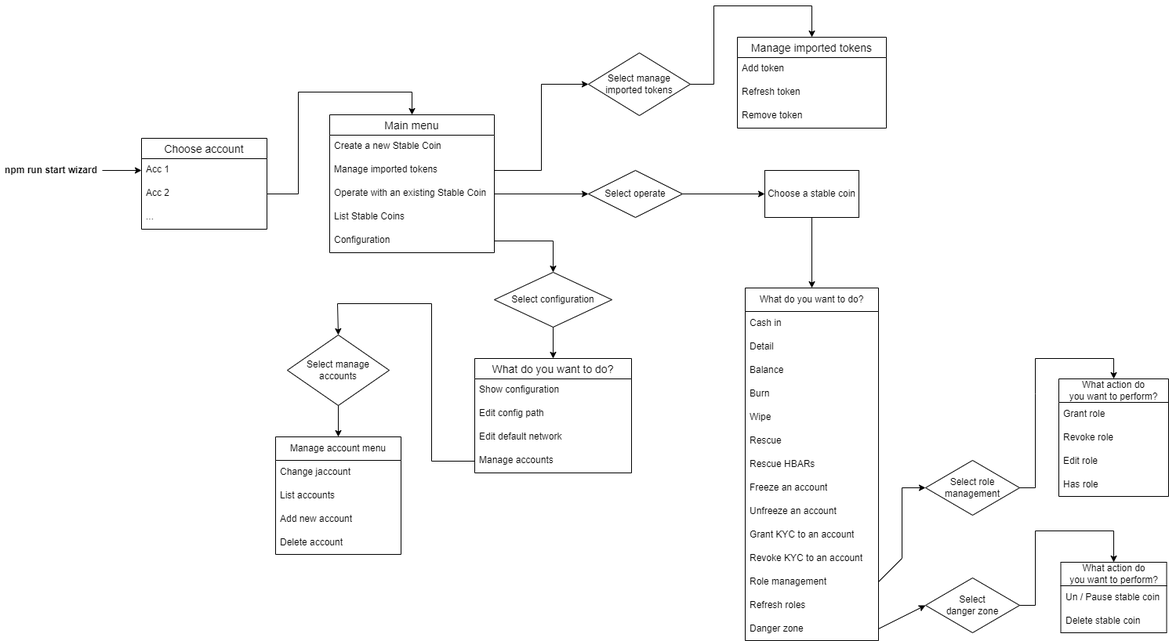
hashgraph/stablecoin-studio keeps this draw.io diagram as cli/docs/images/CLI-flow.png. Above is the earlier version. Source tidied: cells renumbered, new cells last; positions are measured from the earlier drawing's top-left corner, leaving out a move shared by most shapes.
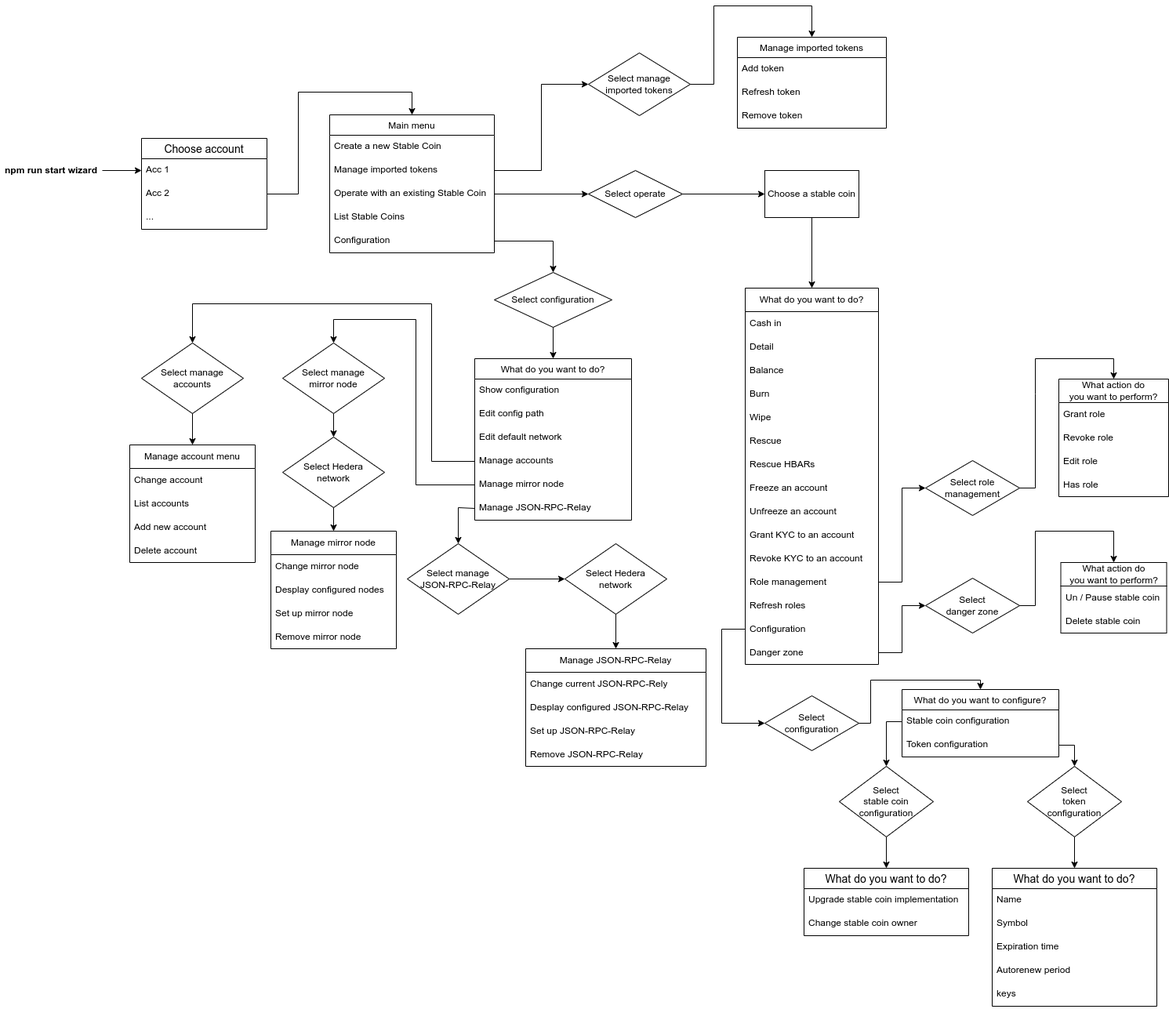
The same file after the commit.

Commit message:
CLI flow image updated

Change to the diagram source:
```diff
@@ -4,3 +4,3 @@
     <mxCell id="1" parent="0" />
-    <mxCell id="2" value="Main menu" style="swimlane;fontStyle=0;horizontal=1;startSize=26;align=center;fontSize=14;" parent="1" vertex="1">
+    <mxCell id="2" value="Main menu" style="swimlane;fontStyle=0;horizontal=1;startSize=26;align=center;fontSize=12;" parent="1" vertex="1">
       <mxGeometry x="420" y="139" width="210" height="176" as="geometry" />
@@ -43,4 +43,4 @@
     </mxCell>
-    <mxCell id="13" value="What do you want to do?" style="swimlane;fontStyle=0;horizontal=1;startSize=26;align=center;fontSize=14;" parent="1" vertex="1">
-      <mxGeometry x="605" y="450" width="200" height="146" as="geometry" />
+    <mxCell id="13" value="What do you want to do?" style="swimlane;fontStyle=0;horizontal=1;startSize=26;align=center;fontSize=12;" parent="1" vertex="1">
+      <mxGeometry x="605" y="450" width="200" height="206" as="geometry" />
     </mxCell>
@@ -55,5 +55,11 @@
     </mxCell>
+    <mxCell id="72" value="Manage accounts" style="text;strokeColor=none;fillColor=none;spacingLeft=4;spacingRight=4;overflow=hidden;points=[[0,0.5],[1,0.5]];portConstraint=eastwest;fontSize=12;" parent="13" vertex="1">
+      <mxGeometry y="116" width="200" height="30" as="geometry" />
+    </mxCell>
-    <mxCell id="17" value="Manage accounts" style="text;strokeColor=none;fillColor=none;spacingLeft=4;spacingRight=4;overflow=hidden;points=[[0,0.5],[1,0.5]];portConstraint=eastwest;fontSize=12;" parent="13" vertex="1">
-      <mxGeometry y="116" width="200" height="30" as="geometry" />
+    <mxCell id="17" value="Manage mirror node" style="text;strokeColor=none;fillColor=none;spacingLeft=4;spacingRight=4;overflow=hidden;points=[[0,0.5],[1,0.5]];portConstraint=eastwest;fontSize=12;" parent="13" vertex="1">
+      <mxGeometry y="146" width="200" height="30" as="geometry" />
     </mxCell>
+    <mxCell id="73" value="Manage JSON-RPC-Relay" style="text;strokeColor=none;fillColor=none;spacingLeft=4;spacingRight=4;overflow=hidden;points=[[0,0.5],[1,0.5]];portConstraint=eastwest;fontSize=12;" parent="13" vertex="1">
+      <mxGeometry y="176" width="200" height="30" as="geometry" />
+    </mxCell>
     <mxCell id="18" value="Select configuration" style="shape=rhombus;perimeter=rhombusPerimeter;whiteSpace=wrap;html=1;align=center;" parent="1" vertex="1">
@@ -72,5 +78,5 @@
     <mxCell id="21" value="Manage account menu" style="swimlane;fontStyle=0;horizontal=1;startSize=30;whiteSpace=wrap;html=1;" parent="1" vertex="1">
-      <mxGeometry x="351" y="550" width="160" height="150" as="geometry" />
+      <mxGeometry x="165" y="560" width="160" height="150" as="geometry" />
     </mxCell>
-    <mxCell id="22" value="Change jaccount" style="text;strokeColor=none;fillColor=none;align=left;verticalAlign=middle;spacingLeft=4;spacingRight=4;overflow=hidden;whiteSpace=wrap;html=1;" parent="21" vertex="1">
+    <mxCell id="22" value="Change account" style="text;strokeColor=none;fillColor=none;align=left;verticalAlign=middle;spacingLeft=4;spacingRight=4;overflow=hidden;whiteSpace=wrap;html=1;" parent="21" vertex="1">
       <mxGeometry y="30" width="160" height="30" as="geometry" />
@@ -87,3 +93,3 @@
     <mxCell id="26" value="Select manage accounts" style="shape=rhombus;perimeter=rhombusPerimeter;whiteSpace=wrap;html=1;align=center;" parent="1" vertex="1">
-      <mxGeometry x="366" y="420" width="130" height="90" as="geometry" />
+      <mxGeometry x="180" y="430" width="130" height="90" as="geometry" />
     </mxCell>
@@ -92,3 +98,3 @@
     </mxCell>
-    <mxCell id="28" style="endArrow=classic;html=1;rounded=0;exitX=0;exitY=0.5;exitDx=0;exitDy=0;entryX=0.5;entryY=0;entryDx=0;entryDy=0;" parent="1" edge="1" source="17" target="26">
+    <mxCell id="28" style="endArrow=classic;html=1;rounded=0;exitX=0;exitY=0.5;exitDx=0;exitDy=0;entryX=0.5;entryY=0;entryDx=0;entryDy=0;" parent="1" edge="1" source="72" target="26">
       <mxGeometry relative="1" as="geometry">
@@ -97,3 +103,3 @@
           <mxPoint x="550" y="380" />
-          <mxPoint x="430" y="380" />
+          <mxPoint x="245" y="380" />
         </Array>
@@ -102,3 +108,3 @@
     <mxCell id="29" value="What do you want to do?" style="swimlane;fontStyle=0;horizontal=1;startSize=30;whiteSpace=wrap;html=1;" parent="1" vertex="1">
-      <mxGeometry x="950" y="360" width="170" height="450" as="geometry" />
+      <mxGeometry x="950" y="360" width="170" height="480" as="geometry" />
     </mxCell>
@@ -143,5 +149,8 @@
     </mxCell>
-    <mxCell id="43" value="Danger zone" style="text;strokeColor=none;fillColor=none;align=left;verticalAlign=middle;spacingLeft=4;spacingRight=4;overflow=hidden;points=[[0,0.5],[1,0.5]];portConstraint=eastwest;whiteSpace=wrap;html=1;" parent="29" vertex="1">
+    <mxCell id="43" value="Configuration" style="text;strokeColor=none;fillColor=none;align=left;verticalAlign=middle;spacingLeft=4;spacingRight=4;overflow=hidden;points=[[0,0.5],[1,0.5]];portConstraint=eastwest;whiteSpace=wrap;html=1;" parent="29" vertex="1">
       <mxGeometry y="420" width="170" height="30" as="geometry" />
     </mxCell>
+    <mxCell id="74" value="Danger zone" style="text;strokeColor=none;fillColor=none;align=left;verticalAlign=middle;spacingLeft=4;spacingRight=4;overflow=hidden;points=[[0,0.5],[1,0.5]];portConstraint=eastwest;whiteSpace=wrap;html=1;" parent="29" vertex="1">
+      <mxGeometry y="450" width="170" height="30" as="geometry" />
+    </mxCell>
     <mxCell id="44" style="edgeStyle=orthogonalEdgeStyle;rounded=0;jettySize=auto;html=1;" parent="1" edge="1" source="45" target="47">
@@ -164,3 +173,3 @@
     </mxCell>
-    <mxCell id="50" value="Manage imported tokens" style="swimlane;fontStyle=0;horizontal=1;startSize=26;align=center;fontSize=14;" parent="1" vertex="1">
+    <mxCell id="50" value="Manage imported tokens" style="swimlane;fontStyle=0;horizontal=1;startSize=26;align=center;fontSize=12;" parent="1" vertex="1">
       <mxGeometry x="940" y="40" width="190" height="116" as="geometry" />
@@ -224,3 +233,3 @@
         <Array as="points">
-          <mxPoint x="1150" y="705" />
+          <mxPoint x="1150" y="735" />
           <mxPoint x="1150" y="615" />
@@ -241,4 +250,9 @@
     </mxCell>
-    <mxCell id="68" style="endArrow=classic;html=1;rounded=0;exitX=1;exitY=0.5;exitDx=0;exitDy=0;entryX=0;entryY=0.5;entryDx=0;entryDy=0;" parent="1" edge="1" source="43" target="64">
-      <mxGeometry relative="1" as="geometry" />
+    <mxCell id="68" style="endArrow=classic;html=1;rounded=0;exitX=1;exitY=0.5;exitDx=0;exitDy=0;entryX=0;entryY=0.5;entryDx=0;entryDy=0;" parent="1" edge="1" source="74" target="64">
+      <mxGeometry relative="1" as="geometry">
+        <Array as="points">
+          <mxPoint x="1150" y="825" />
+          <mxPoint x="1150" y="765" />
+        </Array>
+      </mxGeometry>
     </mxCell>
@@ -259,2 +273,154 @@
     </mxCell>
+    <mxCell id="75" style="edgeStyle=orthogonalEdgeStyle;rounded=0;jettySize=auto;html=1;" parent="1" edge="1" source="76" target="83">
+      <mxGeometry relative="1" as="geometry" />
+    </mxCell>
+    <mxCell id="76" value="Select manage &lt;br&gt;mirror node" style="shape=rhombus;perimeter=rhombusPerimeter;whiteSpace=wrap;html=1;align=center;" parent="1" vertex="1">
+      <mxGeometry x="360" y="430" width="130" height="90" as="geometry" />
+    </mxCell>
+    <mxCell id="77" value="Manage mirror node" style="swimlane;fontStyle=0;horizontal=1;startSize=30;whiteSpace=wrap;html=1;" parent="1" vertex="1">
+      <mxGeometry x="345" y="670" width="160" height="150" as="geometry" />
+    </mxCell>
+    <mxCell id="78" value="Change mirror node" style="text;strokeColor=none;fillColor=none;align=left;verticalAlign=middle;spacingLeft=4;spacingRight=4;overflow=hidden;whiteSpace=wrap;html=1;" parent="77" vertex="1">
+      <mxGeometry y="30" width="160" height="30" as="geometry" />
+    </mxCell>
+    <mxCell id="79" value="Desplay configured nodes" style="text;strokeColor=none;fillColor=none;align=left;verticalAlign=middle;spacingLeft=4;spacingRight=4;overflow=hidden;whiteSpace=wrap;html=1;" parent="77" vertex="1">
+      <mxGeometry y="60" width="160" height="30" as="geometry" />
+    </mxCell>
+    <mxCell id="80" value="Set up mirror node" style="text;strokeColor=none;fillColor=none;align=left;verticalAlign=middle;spacingLeft=4;spacingRight=4;overflow=hidden;whiteSpace=wrap;html=1;" parent="77" vertex="1">
+      <mxGeometry y="90" width="160" height="30" as="geometry" />
+    </mxCell>
+    <mxCell id="81" value="Remove mirror node" style="text;strokeColor=none;fillColor=none;align=left;verticalAlign=middle;spacingLeft=4;spacingRight=4;overflow=hidden;whiteSpace=wrap;html=1;" parent="77" vertex="1">
+      <mxGeometry y="120" width="160" height="30" as="geometry" />
+    </mxCell>
+    <mxCell id="82" style="edgeStyle=orthogonalEdgeStyle;rounded=0;jettySize=auto;html=1;exitX=0;exitY=0.5;exitDx=0;exitDy=0;entryX=0.5;entryY=0;entryDx=0;entryDy=0;" parent="1" edge="1" source="17" target="76">
+      <mxGeometry relative="1" as="geometry">
+        <Array as="points">
+          <mxPoint x="530" y="611" />
+          <mxPoint x="530" y="400" />
+          <mxPoint x="425" y="400" />
+        </Array>
+      </mxGeometry>
+    </mxCell>
+    <mxCell id="83" value="Select Hedera &lt;br&gt;network" style="shape=rhombus;perimeter=rhombusPerimeter;whiteSpace=wrap;html=1;align=center;" parent="1" vertex="1">
+      <mxGeometry x="360" y="550" width="130" height="90" as="geometry" />
+    </mxCell>
+    <mxCell id="84" style="endArrow=classic;html=1;rounded=0;exitX=0.5;exitY=1;exitDx=0;exitDy=0;entryX=0.5;entryY=0;entryDx=0;entryDy=0;" parent="1" edge="1" source="83" target="77">
+      <mxGeometry relative="1" as="geometry" />
+    </mxCell>
+    <mxCell id="85" style="edgeStyle=orthogonalEdgeStyle;rounded=0;jettySize=auto;html=1;" parent="1" edge="1" source="86" target="92">
+      <mxGeometry relative="1" as="geometry" />
+    </mxCell>
+    <mxCell id="86" value="Select manage &lt;br&gt;JSON-RPC-Relay" style="shape=rhombus;perimeter=rhombusPerimeter;whiteSpace=wrap;html=1;align=center;" parent="1" vertex="1">
+      <mxGeometry x="519" y="686" width="130" height="90" as="geometry" />
+    </mxCell>
+    <mxCell id="87" value="Manage JSON-RPC-Relay" style="swimlane;fontStyle=0;horizontal=1;startSize=30;whiteSpace=wrap;html=1;" parent="1" vertex="1">
+      <mxGeometry x="670" y="820" width="230" height="150" as="geometry" />
+    </mxCell>
+    <mxCell id="88" value="Change current JSON-RPC-Rely" style="text;strokeColor=none;fillColor=none;align=left;verticalAlign=middle;spacingLeft=4;spacingRight=4;overflow=hidden;whiteSpace=wrap;html=1;" parent="87" vertex="1">
+      <mxGeometry y="30" width="230" height="30" as="geometry" />
+    </mxCell>
+    <mxCell id="89" value="Desplay configured JSON-RPC-Relay" style="text;strokeColor=none;fillColor=none;align=left;verticalAlign=middle;spacingLeft=4;spacingRight=4;overflow=hidden;whiteSpace=wrap;html=1;" parent="87" vertex="1">
+      <mxGeometry y="60" width="230" height="30" as="geometry" />
+    </mxCell>
+    <mxCell id="90" value="Set up JSON-RPC-Relay" style="text;strokeColor=none;fillColor=none;align=left;verticalAlign=middle;spacingLeft=4;spacingRight=4;overflow=hidden;whiteSpace=wrap;html=1;" parent="87" vertex="1">
+      <mxGeometry y="90" width="230" height="30" as="geometry" />
+    </mxCell>
+    <mxCell id="91" value="Remove JSON-RPC-Relay" style="text;strokeColor=none;fillColor=none;align=left;verticalAlign=middle;spacingLeft=4;spacingRight=4;overflow=hidden;whiteSpace=wrap;html=1;" parent="87" vertex="1">
+      <mxGeometry y="120" width="230" height="30" as="geometry" />
+    </mxCell>
+    <mxCell id="92" value="Select Hedera &lt;br&gt;network" style="shape=rhombus;perimeter=rhombusPerimeter;whiteSpace=wrap;html=1;align=center;" parent="1" vertex="1">
+      <mxGeometry x="720" y="686" width="130" height="90" as="geometry" />
+    </mxCell>
+    <mxCell id="93" style="endArrow=classic;html=1;rounded=0;exitX=0.5;exitY=1;exitDx=0;exitDy=0;entryX=0.5;entryY=0;entryDx=0;entryDy=0;" parent="1" edge="1" source="92" target="87">
+      <mxGeometry relative="1" as="geometry" />
+    </mxCell>
+    <mxCell id="94" style="endArrow=classic;html=1;rounded=0;exitX=0;exitY=0.5;exitDx=0;exitDy=0;entryX=0.5;entryY=0;entryDx=0;entryDy=0;" parent="1" edge="1" source="73" target="86">
+      <mxGeometry relative="1" as="geometry">
+        <Array as="points">
+          <mxPoint x="584" y="640" />
+        </Array>
+      </mxGeometry>
+    </mxCell>
+    <mxCell id="95" value="Select&lt;br&gt;configuration" style="shape=rhombus;perimeter=rhombusPerimeter;whiteSpace=wrap;html=1;align=center;" parent="1" vertex="1">
+      <mxGeometry x="975" y="880" width="120" height="70" as="geometry" />
+    </mxCell>
+    <mxCell id="96" style="endArrow=classic;html=1;rounded=0;exitX=0;exitY=0.5;exitDx=0;exitDy=0;entryX=0;entryY=0.5;entryDx=0;entryDy=0;" parent="1" edge="1" source="43" target="95">
+      <mxGeometry relative="1" as="geometry">
+        <Array as="points">
+          <mxPoint x="920" y="795" />
+          <mxPoint x="920" y="915" />
+        </Array>
+      </mxGeometry>
+    </mxCell>
+    <mxCell id="97" value="What do you want to configure?" style="swimlane;fontStyle=0;horizontal=1;startSize=26;align=center;fontSize=12;" parent="1" vertex="1">
+      <mxGeometry x="1150" y="872" width="200" height="86" as="geometry" />
+    </mxCell>
+    <mxCell id="98" value="Stable coin configuration" style="text;strokeColor=none;fillColor=none;spacingLeft=4;spacingRight=4;overflow=hidden;points=[[0,0.5],[1,0.5]];portConstraint=eastwest;fontSize=12;" parent="97" vertex="1">
+      <mxGeometry y="26" width="200" height="30" as="geometry" />
+    </mxCell>
+    <mxCell id="99" value="Token configuration" style="text;strokeColor=none;fillColor=none;spacingLeft=4;spacingRight=4;overflow=hidden;points=[[0,0.5],[1,0.5]];portConstraint=eastwest;fontSize=12;" parent="97" vertex="1">
+      <mxGeometry y="56" width="200" height="30" as="geometry" />
+    </mxCell>
+    <mxCell id="100" style="endArrow=classic;html=1;rounded=0;exitX=1;exitY=0.5;exitDx=0;exitDy=0;entryX=0.5;entryY=0;entryDx=0;entryDy=0;" parent="1" edge="1" source="95" target="97">
+      <mxGeometry relative="1" as="geometry">
+        <Array as="points">
+          <mxPoint x="1110" y="915" />
+          <mxPoint x="1110" y="860" />
+          <mxPoint x="1250" y="860" />
+        </Array>
+      </mxGeometry>
+    </mxCell>
+    <mxCell id="101" style="edgeStyle=orthogonalEdgeStyle;rounded=0;jettySize=auto;html=1;entryX=0.5;entryY=0;entryDx=0;entryDy=0;" parent="1" edge="1" source="102" target="107">
+      <mxGeometry relative="1" as="geometry" />
+    </mxCell>
+    <mxCell id="102" value="Select&lt;br&gt;stable coin configuration" style="shape=rhombus;perimeter=rhombusPerimeter;whiteSpace=wrap;html=1;align=center;" parent="1" vertex="1">
+      <mxGeometry x="1070" y="970" width="120" height="90" as="geometry" />
+    </mxCell>
+    <mxCell id="103" style="endArrow=classic;html=1;rounded=0;exitX=0;exitY=0.5;exitDx=0;exitDy=0;entryX=0.5;entryY=0;entryDx=0;entryDy=0;" parent="1" edge="1" source="98" target="102">
+      <mxGeometry relative="1" as="geometry">
+        <Array as="points">
+          <mxPoint x="1130" y="913" />
+        </Array>
+      </mxGeometry>
+    </mxCell>
+    <mxCell id="104" style="edgeStyle=orthogonalEdgeStyle;rounded=0;jettySize=auto;html=1;entryX=0.5;entryY=0;entryDx=0;entryDy=0;" parent="1" edge="1" source="105" target="110">
+      <mxGeometry relative="1" as="geometry" />
+    </mxCell>
+    <mxCell id="105" value="Select&lt;br&gt;token&lt;br&gt;configuration" style="shape=rhombus;perimeter=rhombusPerimeter;whiteSpace=wrap;html=1;align=center;" parent="1" vertex="1">
+      <mxGeometry x="1310" y="970" width="120" height="90" as="geometry" />
+    </mxCell>
+    <mxCell id="106" style="endArrow=classic;html=1;rounded=0;entryX=0.5;entryY=0;entryDx=0;entryDy=0;exitX=1;exitY=0.5;exitDx=0;exitDy=0;" parent="1" edge="1" source="99" target="105">
+      <mxGeometry relative="1" as="geometry">
+        <Array as="points">
+          <mxPoint x="1370" y="943" />
+        </Array>
+      </mxGeometry>
+    </mxCell>
+    <mxCell id="107" value="What do you want to do?" style="swimlane;fontStyle=0;horizontal=1;startSize=26;align=center;fontSize=14;" parent="1" vertex="1">
+      <mxGeometry x="1025" y="1100" width="210" height="86" as="geometry" />
+    </mxCell>
+    <mxCell id="108" value="Upgrade stable coin implementation" style="text;strokeColor=none;fillColor=none;spacingLeft=4;spacingRight=4;overflow=hidden;fontSize=12;" parent="107" vertex="1">
+      <mxGeometry y="26" width="210" height="30" as="geometry" />
+    </mxCell>
+    <mxCell id="109" value="Change stable coin owner" style="text;strokeColor=none;fillColor=none;spacingLeft=4;spacingRight=4;overflow=hidden;fontSize=12;" parent="107" vertex="1">
+      <mxGeometry y="56" width="210" height="30" as="geometry" />
+    </mxCell>
+    <mxCell id="110" value="What do you want to do?" style="swimlane;fontStyle=0;horizontal=1;startSize=26;align=center;fontSize=14;" parent="1" vertex="1">
+      <mxGeometry x="1265" y="1100" width="210" height="176" as="geometry" />
+    </mxCell>
+    <mxCell id="111" value="Name" style="text;strokeColor=none;fillColor=none;spacingLeft=4;spacingRight=4;overflow=hidden;fontSize=12;" parent="110" vertex="1">
+      <mxGeometry y="26" width="210" height="30" as="geometry" />
+    </mxCell>
+    <mxCell id="112" value="Symbol" style="text;strokeColor=none;fillColor=none;spacingLeft=4;spacingRight=4;overflow=hidden;fontSize=12;" parent="110" vertex="1">
+      <mxGeometry y="56" width="210" height="30" as="geometry" />
+    </mxCell>
+    <mxCell id="113" value="Expiration time" style="text;strokeColor=none;fillColor=none;spacingLeft=4;spacingRight=4;overflow=hidden;fontSize=12;" parent="110" vertex="1">
+      <mxGeometry y="86" width="210" height="30" as="geometry" />
+    </mxCell>
+    <mxCell id="114" value="Autorenew period" style="text;strokeColor=none;fillColor=none;spacingLeft=4;spacingRight=4;overflow=hidden;fontSize=12;" parent="110" vertex="1">
+      <mxGeometry y="116" width="210" height="30" as="geometry" />
+    </mxCell>
+    <mxCell id="115" value="keys" style="text;strokeColor=none;fillColor=none;spacingLeft=4;spacingRight=4;overflow=hidden;fontSize=12;" parent="110" vertex="1">
+      <mxGeometry y="146" width="210" height="30" as="geometry" />
+    </mxCell>
   </root>
```
